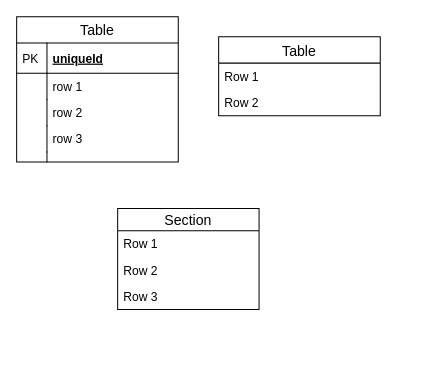
Before: database/investment/design/relationships.drawio in l07p/pi_server, a draw.io diagram. Source tidied: cells renumbered, new cells numbered last; positions are measured from the earlier drawing's top-left corner, leaving out a move shared by most shapes. Both pictures are drawn from the tidied source at 101%, with x=0, y=0 at pixel (16, 16).
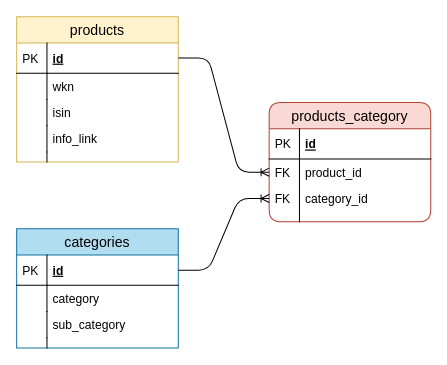
The same page after the edit.

Commit message:
added table products to database investment

Change to the diagram source:
```diff
@@
-    <mxCell id="2" value="Section" style="swimlane;fontStyle=0;horizontal=1;startSize=22;align=center;fontSize=14;" parent="1" vertex="1">
-      <mxGeometry x="100" y="190" width="140" height="100" as="geometry" />
-    </mxCell>
-    <mxCell id="3" value="Row 1" style="text;strokeColor=none;fillColor=none;spacingLeft=4;spacingRight=4;overflow=hidden;fontSize=12;" parent="2" vertex="1">
-      <mxGeometry y="22" width="140" height="26" as="geometry" />
-    </mxCell>
-    <mxCell id="4" value="Row 2" style="text;strokeColor=none;fillColor=none;spacingLeft=4;spacingRight=4;overflow=hidden;fontSize=12;" parent="2" vertex="1">
-      <mxGeometry y="48" width="140" height="26" as="geometry" />
-    </mxCell>
-    <mxCell id="5" value="Row 3" style="text;strokeColor=none;fillColor=none;spacingLeft=4;spacingRight=4;overflow=hidden;fontSize=12;" parent="2" vertex="1">
-      <mxGeometry y="74" width="140" height="26" as="geometry" />
-    </mxCell>
-    <mxCell id="6" value="Table" style="swimlane;fontStyle=0;horizontal=1;startSize=26;align=center;fontSize=14;" parent="1" vertex="1">
+    <mxCell id="6" value="products" style="swimlane;fontStyle=0;horizontal=1;startSize=26;align=center;fontSize=14;fillColor=#fff2cc;strokeColor=#d6b656;" parent="1" vertex="1">
       <mxGeometry width="160" height="144" as="geometry" />
     </mxCell>
-    <mxCell id="7" value="uniqueId" style="shape=partialRectangle;top=0;left=0;right=0;bottom=1;align=left;verticalAlign=middle;fillColor=none;spacingLeft=34;spacingRight=4;overflow=hidden;points=[[0,0.5],[1,0.5]];portConstraint=eastwest;fontStyle=5;fontSize=12;" parent="6" vertex="1">
+    <mxCell id="7" value="id" style="shape=partialRectangle;top=0;left=0;right=0;bottom=1;align=left;verticalAlign=middle;fillColor=none;spacingLeft=34;spacingRight=4;overflow=hidden;points=[[0,0.5],[1,0.5]];portConstraint=eastwest;fontStyle=5;fontSize=12;" parent="6" vertex="1">
       <mxGeometry y="26" width="160" height="30" as="geometry" />
     </mxCell>
@@
-    <mxCell id="9" value="row 1" style="shape=partialRectangle;top=0;left=0;right=0;bottom=0;align=left;verticalAlign=top;fillColor=none;spacingLeft=34;spacingRight=4;overflow=hidden;fontSize=12;" parent="6" vertex="1">
+    <mxCell id="9" value="wkn" style="shape=partialRectangle;top=0;left=0;right=0;bottom=0;align=left;verticalAlign=top;fillColor=none;spacingLeft=34;spacingRight=4;overflow=hidden;fontSize=12;" parent="6" vertex="1">
       <mxGeometry y="56" width="160" height="26" as="geometry" />
     </mxCell>
@@
-    <mxCell id="11" value="row 2" style="shape=partialRectangle;top=0;left=0;right=0;bottom=0;align=left;verticalAlign=top;fillColor=none;spacingLeft=34;spacingRight=4;overflow=hidden;fontSize=12;" parent="6" vertex="1">
+    <mxCell id="11" value="isin" style="shape=partialRectangle;top=0;left=0;right=0;bottom=0;align=left;verticalAlign=top;fillColor=none;spacingLeft=34;spacingRight=4;overflow=hidden;fontSize=12;" parent="6" vertex="1">
       <mxGeometry y="82" width="160" height="26" as="geometry" />
     </mxCell>
@@
-    <mxCell id="13" value="row 3" style="shape=partialRectangle;top=0;left=0;right=0;bottom=0;align=left;verticalAlign=top;fillColor=none;spacingLeft=34;spacingRight=4;overflow=hidden;fontSize=12;" parent="6" vertex="1">
+    <mxCell id="13" value="info_link" style="shape=partialRectangle;top=0;left=0;right=0;bottom=0;align=left;verticalAlign=top;fillColor=none;spacingLeft=34;spacingRight=4;overflow=hidden;fontSize=12;" parent="6" vertex="1">
       <mxGeometry y="108" width="160" height="26" as="geometry" />
     </mxCell>
@@
-    <mxCell id="17" value="Table" style="swimlane;fontStyle=0;horizontal=1;startSize=26;align=center;fontSize=14;" parent="1" vertex="1">
-      <mxGeometry x="200" y="20" width="160" height="78" as="geometry" />
-    </mxCell>
-    <mxCell id="18" value="Row 1" style="text;strokeColor=none;fillColor=none;spacingLeft=4;spacingRight=4;overflow=hidden;fontSize=12;" parent="17" vertex="1">
-      <mxGeometry y="26" width="160" height="26" as="geometry" />
-    </mxCell>
-    <mxCell id="19" value="Row 2" style="text;strokeColor=none;fillColor=none;spacingLeft=4;spacingRight=4;overflow=hidden;fontSize=12;" parent="17" vertex="1">
-      <mxGeometry y="52" width="160" height="26" as="geometry" />
-    </mxCell>
+    <mxCell id="20" value="categories" style="swimlane;fontStyle=0;horizontal=1;startSize=26;fillColor=#b1ddf0;swimlaneFillColor=#ffffff;align=center;fontSize=14;strokeColor=#10739e;" parent="1" vertex="1">
+      <mxGeometry y="210" width="160" height="118" as="geometry" />
+    </mxCell>
+    <mxCell id="21" value="id" style="shape=partialRectangle;top=0;left=0;right=0;bottom=1;align=left;verticalAlign=middle;fillColor=none;spacingLeft=34;spacingRight=4;overflow=hidden;points=[[0,0.5],[1,0.5]];portConstraint=eastwest;fontStyle=5;fontSize=12;" parent="20" vertex="1">
+      <mxGeometry y="26" width="160" height="30" as="geometry" />
+    </mxCell>
+    <mxCell id="22" value="PK" style="shape=partialRectangle;top=0;left=0;bottom=0;fillColor=none;align=left;verticalAlign=middle;spacingLeft=4;spacingRight=4;overflow=hidden;fontSize=12;" parent="21" vertex="1">
+      <mxGeometry width="30" height="30" as="geometry" />
+    </mxCell>
+    <mxCell id="23" value="category" style="shape=partialRectangle;top=0;left=0;right=0;bottom=0;align=left;verticalAlign=top;fillColor=none;spacingLeft=34;spacingRight=4;overflow=hidden;fontSize=12;" parent="20" vertex="1">
+      <mxGeometry y="56" width="160" height="26" as="geometry" />
+    </mxCell>
+    <mxCell id="24" style="shape=partialRectangle;top=0;left=0;bottom=0;fillColor=none;align=left;verticalAlign=top;spacingLeft=4;spacingRight=4;overflow=hidden;fontSize=12;" parent="23" vertex="1">
+      <mxGeometry width="30" height="26" as="geometry" />
+    </mxCell>
+    <mxCell id="25" value="sub_category" style="shape=partialRectangle;top=0;left=0;right=0;bottom=0;align=left;verticalAlign=top;fillColor=none;spacingLeft=34;spacingRight=4;overflow=hidden;fontSize=12;" parent="20" vertex="1">
+      <mxGeometry y="82" width="160" height="26" as="geometry" />
+    </mxCell>
+    <mxCell id="26" style="shape=partialRectangle;top=0;left=0;bottom=0;fillColor=none;align=left;verticalAlign=top;spacingLeft=4;spacingRight=4;overflow=hidden;fontSize=12;" parent="25" vertex="1">
+      <mxGeometry width="30" height="26" as="geometry" />
+    </mxCell>
+    <mxCell id="27" style="shape=partialRectangle;top=0;left=0;right=0;bottom=0;align=left;verticalAlign=top;fillColor=none;spacingLeft=34;spacingRight=4;overflow=hidden;fontSize=12;" parent="20" vertex="1">
+      <mxGeometry y="108" width="160" height="10" as="geometry" />
+    </mxCell>
+    <mxCell id="28" style="shape=partialRectangle;top=0;left=0;bottom=0;fillColor=none;align=left;verticalAlign=top;spacingLeft=4;spacingRight=4;overflow=hidden;fontSize=12;" parent="27" vertex="1">
+      <mxGeometry width="30" height="10" as="geometry" />
+    </mxCell>
+    <mxCell id="29" value="products_category" style="swimlane;fontStyle=0;horizontal=1;startSize=26;fillColor=#fad9d5;swimlaneFillColor=#ffffff;align=center;fontSize=14;rounded=1;comic=0;strokeColor=#ae4132;" parent="1" vertex="1">
+      <mxGeometry x="250" y="85" width="160" height="118" as="geometry" />
+    </mxCell>
+    <mxCell id="30" value="id" style="shape=partialRectangle;top=0;left=0;right=0;bottom=1;align=left;verticalAlign=middle;fillColor=none;spacingLeft=34;spacingRight=4;overflow=hidden;fontStyle=5;fontSize=12;" parent="29" vertex="1">
+      <mxGeometry y="26" width="160" height="30" as="geometry" />
+    </mxCell>
+    <mxCell id="31" value="PK" style="shape=partialRectangle;top=0;left=0;bottom=0;fillColor=none;align=left;verticalAlign=middle;spacingLeft=4;spacingRight=4;overflow=hidden;fontSize=12;" parent="30" vertex="1">
+      <mxGeometry width="30" height="30" as="geometry" />
+    </mxCell>
+    <mxCell id="32" value="product_id" style="shape=partialRectangle;top=0;left=0;right=0;bottom=0;align=left;verticalAlign=top;fillColor=none;spacingLeft=34;spacingRight=4;overflow=hidden;points=[[0,0.5],[1,0.5]];portConstraint=eastwest;fontSize=12;" parent="29" vertex="1">
+      <mxGeometry y="56" width="160" height="26" as="geometry" />
+    </mxCell>
+    <mxCell id="33" value="FK" style="shape=partialRectangle;top=0;left=0;bottom=0;fillColor=none;align=left;verticalAlign=top;spacingLeft=4;spacingRight=4;overflow=hidden;fontSize=12;" parent="32" vertex="1">
+      <mxGeometry width="30" height="26" as="geometry" />
+    </mxCell>
+    <mxCell id="34" value="category_id" style="shape=partialRectangle;top=0;left=0;right=0;bottom=0;align=left;verticalAlign=top;fillColor=none;spacingLeft=34;spacingRight=4;overflow=hidden;points=[[0,0.5],[1,0.5]];portConstraint=eastwest;fontSize=12;" parent="29" vertex="1">
+      <mxGeometry y="82" width="160" height="26" as="geometry" />
+    </mxCell>
+    <mxCell id="35" value="FK" style="shape=partialRectangle;top=0;left=0;bottom=0;fillColor=none;align=left;verticalAlign=top;spacingLeft=4;spacingRight=4;overflow=hidden;fontSize=12;" parent="34" vertex="1">
+      <mxGeometry width="30" height="26" as="geometry" />
+    </mxCell>
+    <mxCell id="36" style="shape=partialRectangle;top=0;left=0;right=0;bottom=0;align=left;verticalAlign=top;fillColor=none;spacingLeft=34;spacingRight=4;overflow=hidden;fontSize=12;" parent="29" vertex="1">
+      <mxGeometry y="108" width="160" height="10" as="geometry" />
+    </mxCell>
+    <mxCell id="37" style="shape=partialRectangle;top=0;left=0;bottom=0;fillColor=none;align=left;verticalAlign=top;spacingLeft=4;spacingRight=4;overflow=hidden;fontSize=12;" parent="36" vertex="1">
+      <mxGeometry width="30" height="10" as="geometry" />
+    </mxCell>
+    <mxCell id="38" style="edgeStyle=entityRelationEdgeStyle;fontSize=12;html=1;endArrow=ERoneToMany;" parent="1" edge="1" source="21" target="34">
+      <mxGeometry relative="1" as="geometry" />
+    </mxCell>
+    <mxCell id="39" style="edgeStyle=entityRelationEdgeStyle;fontSize=12;html=1;endArrow=ERoneToMany;" parent="1" edge="1" source="7" target="32">
+      <mxGeometry relative="1" as="geometry" />
+    </mxCell>
```
